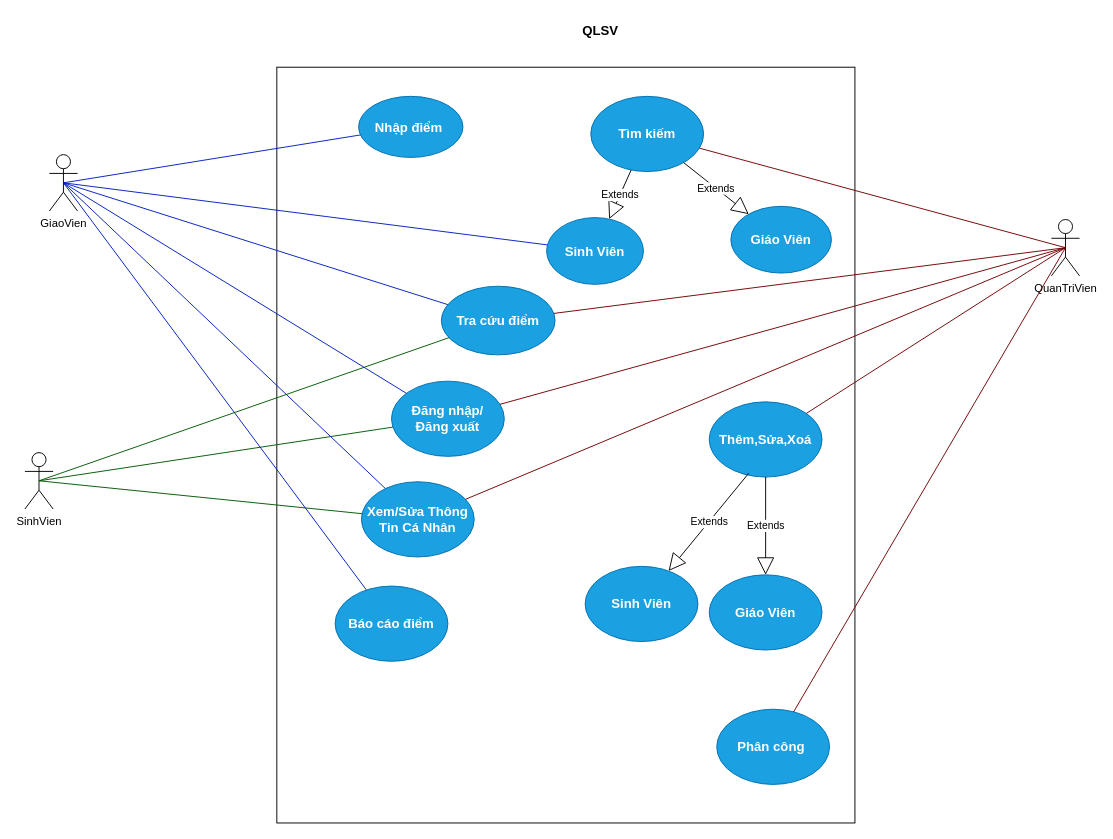
Before: USECASE_QLSV_NHOM6_2.drawio in SunNguyen123/QLSV-Nhom6, a draw.io diagram. Source tidied: cells renumbered, new cells numbered last; positions are measured from the earlier drawing's top-left corner, leaving out a move shared by most shapes. Both pictures are drawn from the tidied source at 94%, with x=0, y=0 at pixel (24, 16).
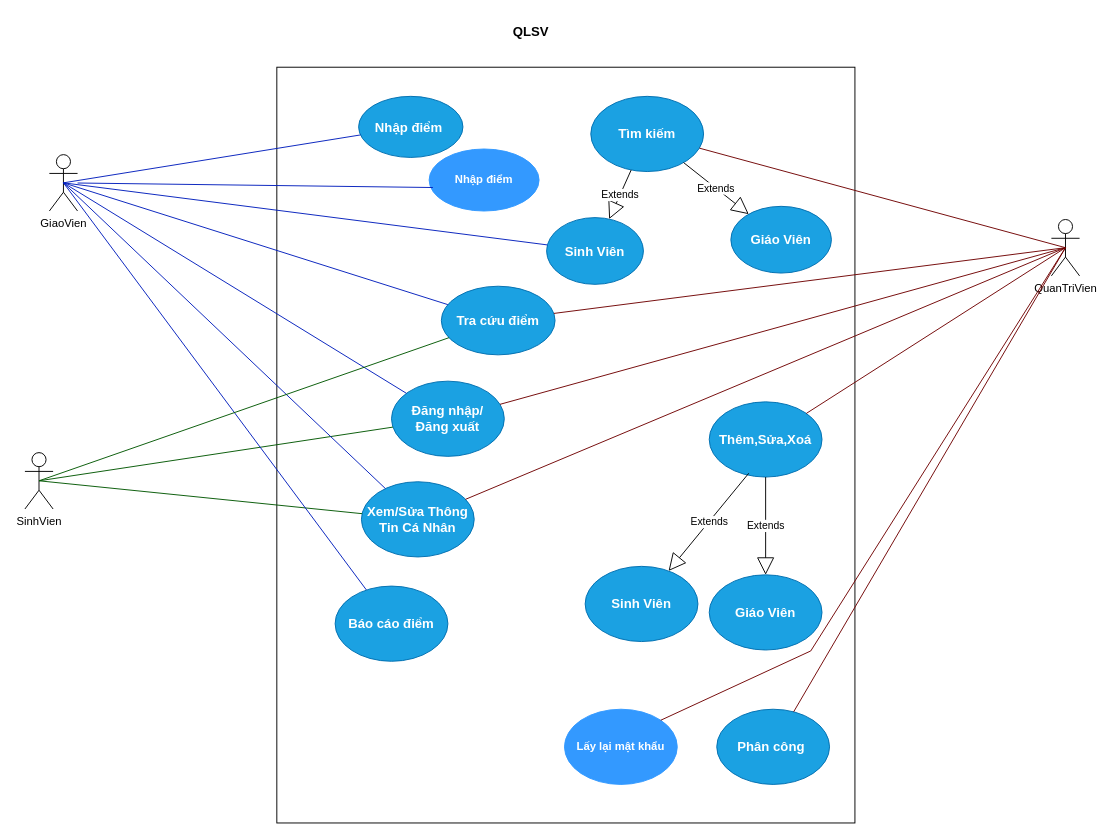
Above is the later version.

Unchanged cells that the change refers to:
```xml
<mxCell id="4" value="GiaoVien" style="shape=umlActor;verticalLabelPosition=bottom;verticalAlign=top;html=1;outlineConnect=0;" parent="1" vertex="1">
  <mxGeometry x="26" y="147" width="30" height="60" as="geometry" />
</mxCell>
<mxCell id="5" value="QuanTriVien" style="shape=umlActor;verticalLabelPosition=bottom;verticalAlign=top;html=1;outlineConnect=0;" parent="1" vertex="1">
  <mxGeometry x="1092" y="216" width="30" height="60" as="geometry" />
</mxCell>
```

What changed in the source:
```diff
@@
-<mxGraphModel>
+<mxGraphModel background="#FFFFFF">
@@
     <mxCell id="8" value="&lt;span style=&quot;font-size: 14px;&quot;&gt;&lt;b&gt;QLSV&lt;/b&gt;&lt;/span&gt;" style="text;html=1;align=center;verticalAlign=middle;strokeColor=none;fillColor=none;" parent="1" vertex="1">
-      <mxGeometry x="584" width="56" height="29" as="geometry" />
+      <mxGeometry x="510" y="1" width="56" height="29" as="geometry" />
     </mxCell>
@@
+    <mxCell id="38" value="&lt;font color=&quot;#ffffff&quot;&gt;&lt;b&gt;Lấy lại mật khẩu&lt;/b&gt;&lt;/font&gt;" style="ellipse;whiteSpace=wrap;html=1;fillColor=#3399FF;gradientColor=none;strokeColor=#3399FF;" parent="1" vertex="1">
+      <mxGeometry x="574" y="737" width="120" height="80" as="geometry" />
+    </mxCell>
+    <mxCell id="39" style="endArrow=none;html=1;rounded=0;exitX=0.5;exitY=0.5;exitDx=0;exitDy=0;exitPerimeter=0;fillColor=#a20025;strokeColor=#6F0000;entryX=1;entryY=0;entryDx=0;entryDy=0;" parent="1" edge="1" source="5" target="38">
+      <mxGeometry relative="1" as="geometry">
+        <Array as="points">
+          <mxPoint x="836" y="675" />
+        </Array>
+      </mxGeometry>
+    </mxCell>
+    <mxCell id="40" value="&lt;font color=&quot;#ffffff&quot;&gt;&lt;b&gt;Nhập điểm&lt;br&gt;&lt;/b&gt;&lt;/font&gt;" style="ellipse;whiteSpace=wrap;html=1;fillColor=#3399FF;strokeColor=#3399FF;" parent="1" vertex="1">
+      <mxGeometry x="430" y="141" width="117" height="66" as="geometry" />
+    </mxCell>
+    <mxCell id="41" style="endArrow=none;html=1;rounded=0;strokeColor=#001DBC;fillColor=#0050ef;entryX=0.034;entryY=0.621;entryDx=0;entryDy=0;entryPerimeter=0;" parent="1" edge="1" source="4" target="40">
+      <mxGeometry relative="1" as="geometry" />
+    </mxCell>
```
